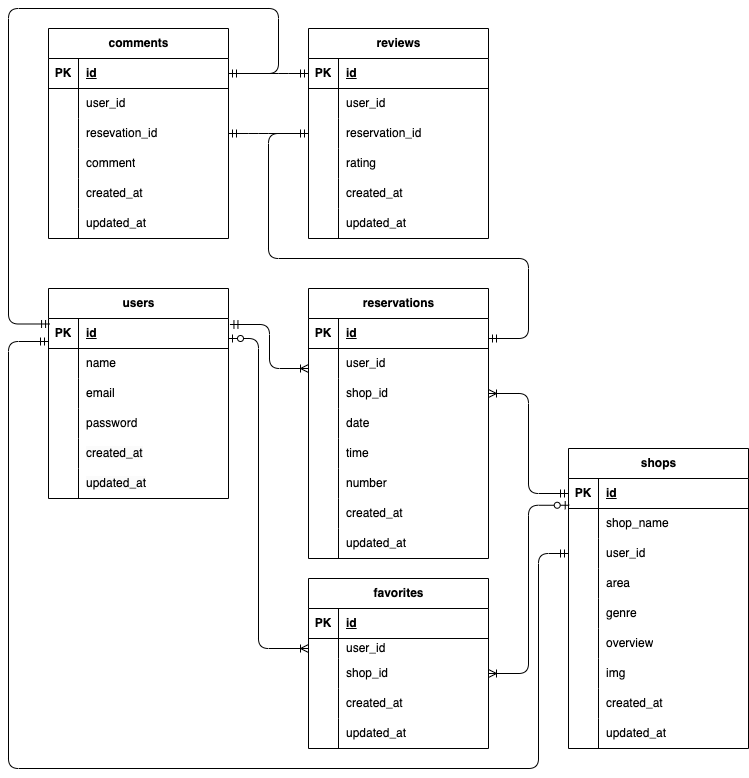
This is er.drawio.png from youhonami/Rese, a draw.io export, as it was before one commit. Source tidied: cells renumbered, new cells last; positions are measured from the earlier drawing's top-left corner, leaving out a move shared by most shapes.
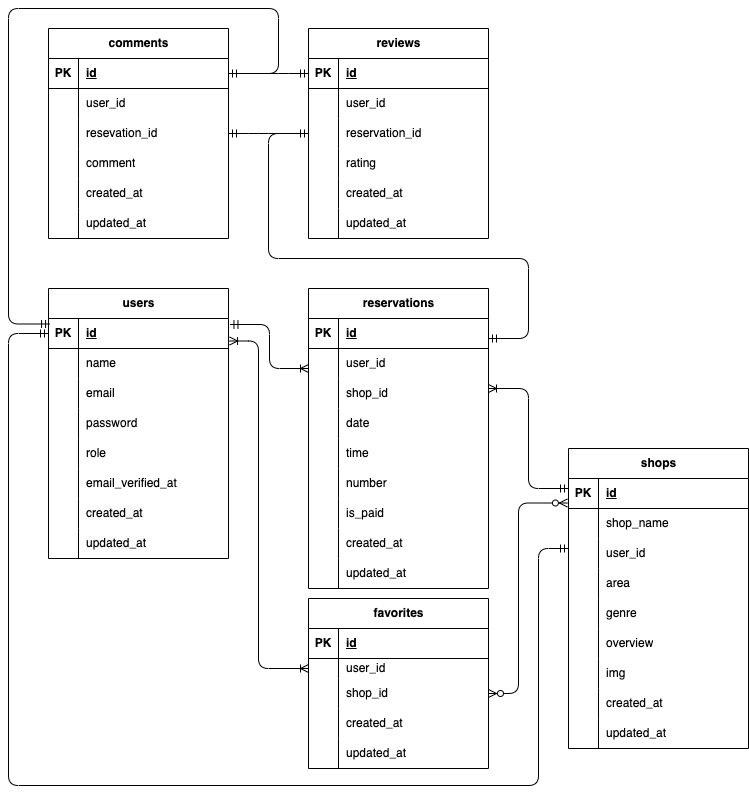
After the commit.

Commit message:
ER図、テーブルの追加修正

Diff of the diagram source:
```diff
@@ -3,7 +3,7 @@
     <mxCell id="0" />
     <mxCell id="1" parent="0" />
     <mxCell id="2" value="users" style="shape=table;startSize=30;rowLines=0;fontStyle=1;align=center;html=1;" parent="1" vertex="1">
-      <mxGeometry x="40" y="280" width="180" height="210" as="geometry" />
+      <mxGeometry x="40" y="280" width="180" height="270" as="geometry" />
     </mxCell>
     <mxCell id="3" style="shape=tableRow;horizontal=0;startSize=0;swimlaneHead=0;swimlaneBody=0;fillColor=none;points=[[0,0.5],[1,0.5]];portConstraint=eastwest;top=0;left=0;right=0;bottom=1;" parent="2" vertex="1">
       <mxGeometry y="30" width="180" height="30" as="geometry" />
@@ -41,8 +41,26 @@
     <mxCell id="14" value="password" style="shape=partialRectangle;fillColor=none;top=0;left=0;bottom=0;right=0;align=left;spacingLeft=6;overflow=hidden;whiteSpace=wrap;html=1;" parent="12" vertex="1">
       <mxGeometry x="30" width="150" height="30" as="geometry" />
     </mxCell>
+    <mxCell id="137" style="shape=tableRow;horizontal=0;startSize=0;swimlaneHead=0;swimlaneBody=0;fillColor=none;top=0;left=0;right=0;bottom=0;" parent="2" vertex="1">
+      <mxGeometry y="150" width="180" height="30" as="geometry" />
+    </mxCell>
+    <mxCell id="138" style="shape=partialRectangle;fillColor=none;top=0;left=0;bottom=0;right=0;overflow=hidden;whiteSpace=wrap;html=1;" parent="137" vertex="1">
+      <mxGeometry width="30" height="30" as="geometry" />
+    </mxCell>
+    <mxCell id="139" value="role" style="shape=partialRectangle;fillColor=none;top=0;left=0;bottom=0;right=0;align=left;spacingLeft=6;overflow=hidden;whiteSpace=wrap;html=1;" parent="137" vertex="1">
+      <mxGeometry x="30" width="150" height="30" as="geometry" />
+    </mxCell>
+    <mxCell id="140" style="shape=tableRow;horizontal=0;startSize=0;swimlaneHead=0;swimlaneBody=0;fillColor=none;top=0;left=0;right=0;bottom=0;" parent="2" vertex="1">
+      <mxGeometry y="180" width="180" height="30" as="geometry" />
+    </mxCell>
+    <mxCell id="141" style="shape=partialRectangle;fillColor=none;top=0;left=0;bottom=0;right=0;overflow=hidden;whiteSpace=wrap;html=1;" parent="140" vertex="1">
+      <mxGeometry width="30" height="30" as="geometry" />
+    </mxCell>
+    <mxCell id="142" value="email_verified_at" style="shape=partialRectangle;fillColor=none;top=0;left=0;bottom=0;right=0;align=left;spacingLeft=6;overflow=hidden;whiteSpace=wrap;html=1;" parent="140" vertex="1">
+      <mxGeometry x="30" width="150" height="30" as="geometry" />
+    </mxCell>
     <mxCell id="15" style="shape=tableRow;horizontal=0;startSize=0;swimlaneHead=0;swimlaneBody=0;fillColor=none;top=0;left=0;right=0;bottom=0;" parent="2" vertex="1">
-      <mxGeometry y="150" width="180" height="30" as="geometry" />
+      <mxGeometry y="210" width="180" height="30" as="geometry" />
     </mxCell>
     <mxCell id="16" style="shape=partialRectangle;fillColor=none;top=0;left=0;bottom=0;right=0;overflow=hidden;whiteSpace=wrap;html=1;" parent="15" vertex="1">
       <mxGeometry width="30" height="30" as="geometry" />
@@ -51,7 +69,7 @@
       <mxGeometry x="30" width="150" height="30" as="geometry" />
     </mxCell>
     <mxCell id="18" style="shape=tableRow;horizontal=0;startSize=0;swimlaneHead=0;swimlaneBody=0;fillColor=none;top=0;left=0;right=0;bottom=0;" parent="2" vertex="1">
-      <mxGeometry y="180" width="180" height="30" as="geometry" />
+      <mxGeometry y="240" width="180" height="30" as="geometry" />
     </mxCell>
     <mxCell id="19" style="shape=partialRectangle;fillColor=none;top=0;left=0;bottom=0;right=0;overflow=hidden;whiteSpace=wrap;html=1;" parent="18" vertex="1">
       <mxGeometry width="30" height="30" as="geometry" />
@@ -60,7 +78,7 @@
       <mxGeometry x="30" width="150" height="30" as="geometry" />
     </mxCell>
     <mxCell id="21" value="favorites" style="shape=table;startSize=30;rowLines=0;fontStyle=1;align=center;html=1;" parent="1" vertex="1">
-      <mxGeometry x="300" y="570" width="180" height="170" as="geometry" />
+      <mxGeometry x="300" y="590" width="180" height="170" as="geometry" />
     </mxCell>
     <mxCell id="22" style="shape=tableRow;horizontal=0;startSize=0;swimlaneHead=0;swimlaneBody=0;fillColor=none;top=0;left=0;right=0;bottom=1;" parent="21" vertex="1">
       <mxGeometry y="30" width="180" height="30" as="geometry" />
@@ -108,7 +126,7 @@
       <mxGeometry x="30" width="150" height="30" as="geometry" />
     </mxCell>
     <mxCell id="37" value="reservations" style="shape=table;startSize=30;rowLines=0;fontStyle=1;align=center;html=1;" parent="1" vertex="1">
-      <mxGeometry x="300" y="280" width="180" height="270" as="geometry" />
+      <mxGeometry x="300" y="280" width="180" height="300" as="geometry" />
     </mxCell>
     <mxCell id="38" style="shape=tableRow;horizontal=0;startSize=0;swimlaneHead=0;swimlaneBody=0;fillColor=none;top=0;left=0;right=0;bottom=1;" parent="37" vertex="1">
       <mxGeometry y="30" width="180" height="30" as="geometry" />
@@ -164,8 +182,17 @@
     <mxCell id="55" value="number" style="shape=partialRectangle;fillColor=none;top=0;left=0;bottom=0;right=0;align=left;spacingLeft=6;overflow=hidden;whiteSpace=wrap;html=1;" parent="53" vertex="1">
       <mxGeometry x="30" width="150" height="30" as="geometry" />
     </mxCell>
+    <mxCell id="143" style="shape=tableRow;horizontal=0;startSize=0;swimlaneHead=0;swimlaneBody=0;fillColor=none;top=0;left=0;right=0;bottom=0;" parent="37" vertex="1">
+      <mxGeometry y="210" width="180" height="30" as="geometry" />
+    </mxCell>
+    <mxCell id="144" style="shape=partialRectangle;fillColor=none;top=0;left=0;bottom=0;right=0;overflow=hidden;whiteSpace=wrap;html=1;" parent="143" vertex="1">
+      <mxGeometry width="30" height="30" as="geometry" />
+    </mxCell>
+    <mxCell id="145" value="is_paid" style="shape=partialRectangle;fillColor=none;top=0;left=0;bottom=0;right=0;align=left;spacingLeft=6;overflow=hidden;whiteSpace=wrap;html=1;" parent="143" vertex="1">
+      <mxGeometry x="30" width="150" height="30" as="geometry" />
+    </mxCell>
     <mxCell id="56" style="shape=tableRow;horizontal=0;startSize=0;swimlaneHead=0;swimlaneBody=0;fillColor=none;top=0;left=0;right=0;bottom=0;" parent="37" vertex="1">
-      <mxGeometry y="210" width="180" height="30" as="geometry" />
+      <mxGeometry y="240" width="180" height="30" as="geometry" />
     </mxCell>
     <mxCell id="57" style="shape=partialRectangle;fillColor=none;top=0;left=0;bottom=0;right=0;overflow=hidden;whiteSpace=wrap;html=1;" parent="56" vertex="1">
       <mxGeometry width="30" height="30" as="geometry" />
@@ -174,7 +201,7 @@
       <mxGeometry x="30" width="150" height="30" as="geometry" />
     </mxCell>
     <mxCell id="59" style="shape=tableRow;horizontal=0;startSize=0;swimlaneHead=0;swimlaneBody=0;fillColor=none;top=0;left=0;right=0;bottom=0;" parent="37" vertex="1">
-      <mxGeometry y="240" width="180" height="30" as="geometry" />
+      <mxGeometry y="270" width="180" height="30" as="geometry" />
     </mxCell>
     <mxCell id="60" style="shape=partialRectangle;fillColor=none;top=0;left=0;bottom=0;right=0;overflow=hidden;whiteSpace=wrap;html=1;" parent="59" vertex="1">
       <mxGeometry width="30" height="30" as="geometry" />
@@ -187,24 +214,12 @@
         <mxPoint x="300" y="360" as="targetPoint" />
       </mxGeometry>
     </mxCell>
-    <mxCell id="63" style="fontSize=12;html=1;endArrow=ERoneToMany;startArrow=ERmandOne;entryX=1;entryY=0.5;entryDx=0;entryDy=0;edgeStyle=elbowEdgeStyle;exitX=0;exitY=0.5;exitDx=0;exitDy=0;" parent="1" edge="1" source="105" target="44">
-      <mxGeometry relative="1" as="geometry" />
+    <mxCell id="63" style="fontSize=12;html=1;endArrow=ERoneToMany;startArrow=ERmandOne;entryX=1;entryY=0.5;entryDx=0;entryDy=0;edgeStyle=elbowEdgeStyle;exitX=0;exitY=0.5;exitDx=0;exitDy=0;" parent="1" edge="1">
+      <mxGeometry relative="1" as="geometry">
+        <mxPoint x="560" y="480" as="sourcePoint" />
+        <mxPoint x="480" y="380" as="targetPoint" />
+      </mxGeometry>
     </mxCell>
-    <mxCell id="64" style="edgeStyle=elbowEdgeStyle;fontSize=12;html=1;endArrow=ERoneToMany;startArrow=ERzeroToOne;entryX=0;entryY=0.5;entryDx=0;entryDy=0;" parent="1" edge="1" target="25">
-      <mxGeometry relative="1" as="geometry">
-        <mxPoint x="220" y="330" as="sourcePoint" />
-        <Array as="points">
-          <mxPoint x="250" y="470" />
-        </Array>
-      </mxGeometry>
-    </mxCell>
-    <mxCell id="65" style="edgeStyle=elbowEdgeStyle;fontSize=12;html=1;endArrow=ERoneToMany;startArrow=ERzeroToOne;entryX=1;entryY=0.5;entryDx=0;entryDy=0;exitX=0.004;exitY=0.892;exitDx=0;exitDy=0;exitPerimeter=0;" parent="1" edge="1" source="105" target="28">
-      <mxGeometry relative="1" as="geometry">
-        <Array as="points">
-          <mxPoint x="520" y="560" />
-        </Array>
-      </mxGeometry>
-    </mxCell>
     <mxCell id="66" value="reviews" style="shape=table;startSize=30;rowLines=0;fontStyle=1;align=center;html=1;" parent="1" vertex="1">
       <mxGeometry x="300" y="20" width="180" height="210" as="geometry" />
     </mxCell>
@@ -437,16 +452,33 @@
         </Array>
       </mxGeometry>
     </mxCell>
-    <mxCell id="136" style="edgeStyle=orthogonalEdgeStyle;fontSize=12;html=1;endArrow=ERmandOne;startArrow=ERmandOne;entryX=0;entryY=0.5;entryDx=0;entryDy=0;" parent="1" edge="1" target="111">
+    <mxCell id="136" style="edgeStyle=orthogonalEdgeStyle;fontSize=12;html=1;endArrow=ERmandOne;startArrow=ERmandOne;exitX=0;exitY=0.5;exitDx=0;exitDy=0;" parent="1" edge="1" source="3">
       <mxGeometry relative="1" as="geometry">
-        <mxPoint x="40" y="333" as="sourcePoint" />
+        <mxPoint x="560" y="540" as="targetPoint" />
         <Array as="points">
-          <mxPoint y="333" />
-          <mxPoint y="760" />
-          <mxPoint x="530" y="760" />
-          <mxPoint x="530" y="545" />
+          <mxPoint y="325" />
+          <mxPoint y="777" />
+          <mxPoint x="530" y="777" />
+          <mxPoint x="530" y="540" />
+          <mxPoint x="560" y="540" />
         </Array>
       </mxGeometry>
     </mxCell>
+    <mxCell id="146" style="edgeStyle=orthogonalEdgeStyle;fontSize=12;html=1;endArrow=ERoneToMany;startArrow=ERoneToMany;exitX=1.006;exitY=0.75;exitDx=0;exitDy=0;exitPerimeter=0;entryX=0;entryY=0.5;entryDx=0;entryDy=0;rounded=1;curved=0;" parent="1" edge="1" source="3" target="25">
+      <mxGeometry relative="1" as="geometry">
+        <Array as="points">
+          <mxPoint x="250" y="333" />
+          <mxPoint x="250" y="660" />
+        </Array>
+      </mxGeometry>
+    </mxCell>
+    <mxCell id="147" style="edgeStyle=orthogonalEdgeStyle;fontSize=12;html=1;endArrow=ERzeroToMany;endFill=1;startArrow=ERzeroToMany;exitX=1;exitY=0.5;exitDx=0;exitDy=0;entryX=-0.006;entryY=0.817;entryDx=0;entryDy=0;entryPerimeter=0;" parent="1" edge="1" source="28" target="105">
+      <mxGeometry relative="1" as="geometry">
+        <Array as="points">
+          <mxPoint x="510" y="685" />
+          <mxPoint x="510" y="495" />
+        </Array>
+      </mxGeometry>
+    </mxCell>
   </root>
 </mxGraphModel>
```
